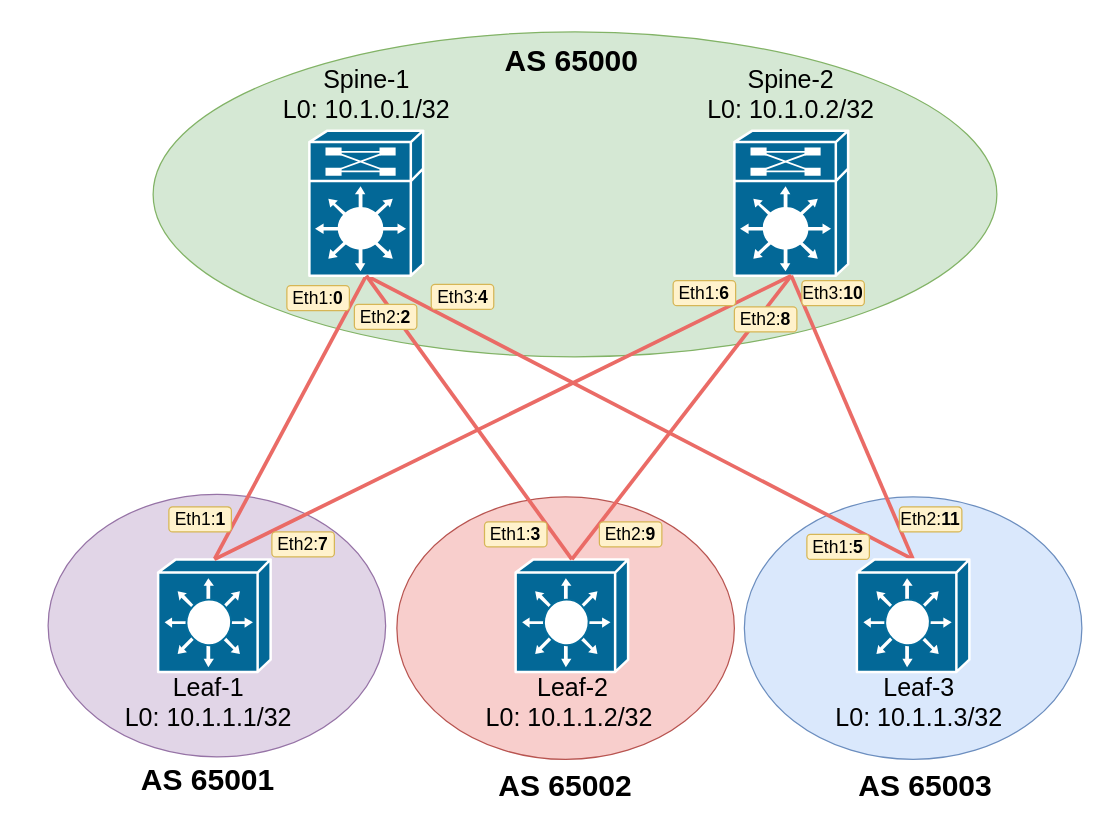
Earlier version of the draw.io diagram lab_04/dz-4_topo_ebgp_clos.drawio (Tema-sudo/OTUS_DC_network_design). Source tidied: cells renumbered, new cells numbered last; positions are measured from the earlier drawing's top-left corner, leaving out a move shared by most shapes. Both pictures are drawn from the tidied source at 125%, with x=0, y=0 at pixel (39, 31).
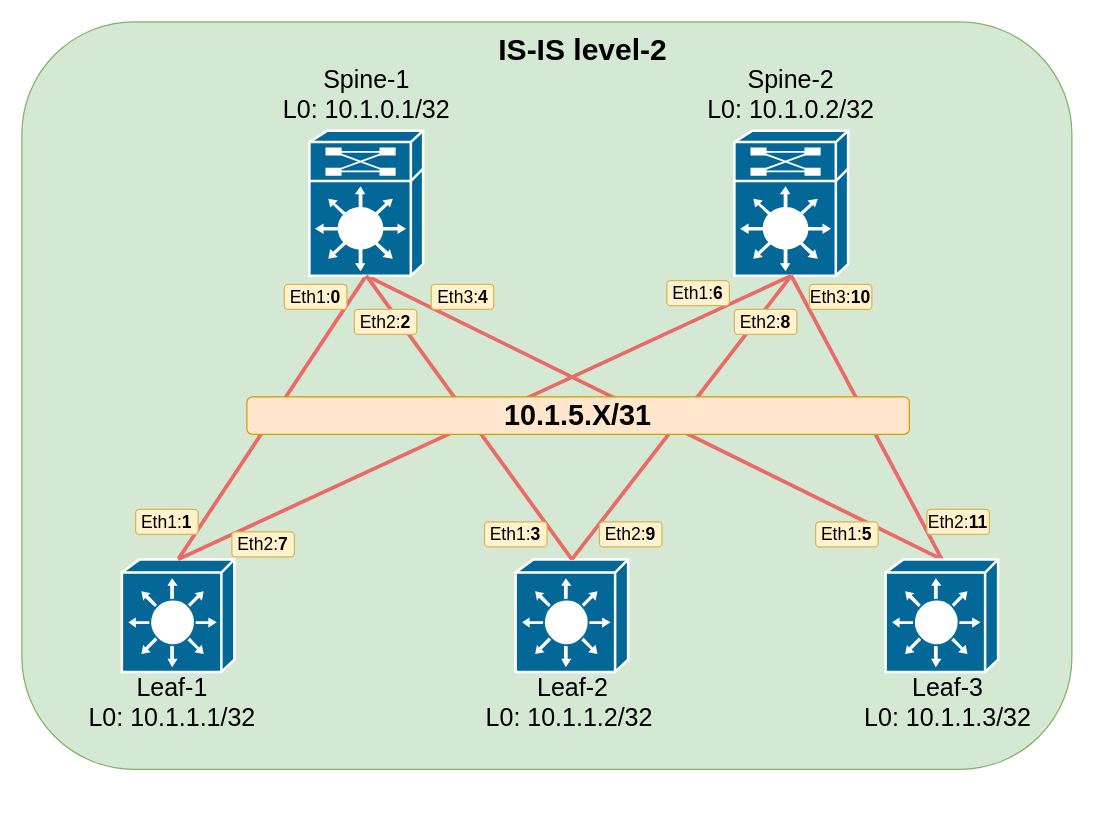
After the change.

What changed in the source:
```diff
@@
-    <mxCell id="2" style="ellipse;whiteSpace=wrap;html=1;fillColor=#dae8fc;strokeColor=#6c8ebf;" parent="1" vertex="1">
-      <mxGeometry x="564" y="372" width="270" height="210" as="geometry" />
-    </mxCell>
-    <mxCell id="3" style="ellipse;whiteSpace=wrap;html=1;fillColor=#f8cecc;strokeColor=#b85450;" parent="1" vertex="1">
-      <mxGeometry x="286" y="372" width="270" height="210" as="geometry" />
-    </mxCell>
-    <mxCell id="4" style="ellipse;whiteSpace=wrap;html=1;fillColor=#e1d5e7;strokeColor=#9673a6;" parent="1" vertex="1">
-      <mxGeometry x="7" y="370" width="270" height="210" as="geometry" />
-    </mxCell>
-    <mxCell id="5" style="ellipse;whiteSpace=wrap;html=1;fillColor=#d5e8d4;strokeColor=#82b366;" parent="1" vertex="1">
-      <mxGeometry x="91" width="675" height="260" as="geometry" />
-    </mxCell>
+    <mxCell id="38" style="rounded=1;whiteSpace=wrap;html=1;hachureGap=4;fontFamily=Architects Daughter;fontSize=20;strokeColor=#82b366;fillColor=#d5e8d4;" parent="1" vertex="1">
+      <mxGeometry x="-14" y="-8" width="840" height="598" as="geometry" />
+    </mxCell>
@@
     <mxCell id="11" style="shape=mxgraph.cisco.switches.layer_3_switch;sketch=0;html=1;dashed=0;fillColor=#036897;strokeColor=#ffffff;strokeWidth=2;verticalLabelPosition=bottom;verticalAlign=top;align=center;outlineConnect=0;hachureGap=4;jiggle=2;curveFitting=1;fontFamily=Architects Daughter;fontSize=20;" parent="1" vertex="1">
-      <mxGeometry x="95" y="422" width="90" height="90" as="geometry" />
+      <mxGeometry x="66" y="422" width="90" height="90" as="geometry" />
     </mxCell>
@@
     <mxCell id="14" value="Leaf-1&lt;br&gt;L0:&amp;nbsp;10.1.1.1/32" style="text;html=1;strokeColor=none;fillColor=none;align=center;verticalAlign=middle;whiteSpace=wrap;rounded=0;fontSize=20;fontFamily=Helvetica;horizontal=1;" parent="1" vertex="1">
-      <mxGeometry x="57.5" y="511" width="155" height="50" as="geometry" />
+      <mxGeometry x="28.5" y="511" width="155" height="50" as="geometry" />
     </mxCell>
@@
     <mxCell id="16" value="Leaf-3&lt;br&gt;L0:&amp;nbsp;10.1.1.3/32" style="text;html=1;strokeColor=none;fillColor=none;align=center;verticalAlign=middle;whiteSpace=wrap;rounded=0;fontSize=20;fontFamily=Helvetica;horizontal=1;" parent="1" vertex="1">
-      <mxGeometry x="626" y="516" width="156" height="40" as="geometry" />
+      <mxGeometry x="649" y="516" width="156" height="40" as="geometry" />
     </mxCell>
@@
     <mxCell id="21" value="Eth1:&lt;b&gt;1&lt;/b&gt;" style="text;html=1;strokeColor=#d6b656;fillColor=#fff2cc;align=center;verticalAlign=middle;whiteSpace=wrap;rounded=1;fontSize=14;fontFamily=Helvetica;horizontal=1;" parent="1" vertex="1">
-      <mxGeometry x="103.6" y="380" width="50" height="20" as="geometry" />
+      <mxGeometry x="77" y="382" width="50" height="20" as="geometry" />
     </mxCell>
-    <mxCell id="22" value="AS 65000" style="text;html=1;strokeColor=none;fillColor=none;align=center;verticalAlign=middle;whiteSpace=wrap;rounded=0;fontSize=24;fontFamily=Helvetica;horizontal=1;fontStyle=1;fontColor=#000000;" parent="1" vertex="1">
-      <mxGeometry x="291" y="10" width="270" height="28" as="geometry" />
+    <mxCell id="22" value="IS-IS level-2" style="text;html=1;strokeColor=none;fillColor=none;align=center;verticalAlign=middle;whiteSpace=wrap;rounded=0;fontSize=24;fontFamily=Helvetica;horizontal=1;fontStyle=1;fontColor=#000000;" parent="1" vertex="1">
+      <mxGeometry x="300" y="1" width="270" height="28" as="geometry" />
     </mxCell>
+    <mxCell id="39" value="10.1.5.X/31" style="text;html=1;strokeColor=#d79b00;fillColor=#ffe6cc;align=center;verticalAlign=middle;whiteSpace=wrap;rounded=1;fontSize=23;fontFamily=Helvetica;labelBackgroundColor=none;fontStyle=1;" parent="1" vertex="1">
+      <mxGeometry x="166" y="292" width="530" height="30" as="geometry" />
+    </mxCell>
     <mxCell id="23" value="Eth2:&lt;b&gt;7&lt;/b&gt;" style="text;html=1;strokeColor=#d6b656;fillColor=#fff2cc;align=center;verticalAlign=middle;whiteSpace=wrap;rounded=1;fontSize=14;fontFamily=Helvetica;horizontal=1;" parent="1" vertex="1">
-      <mxGeometry x="186" y="400" width="50" height="20" as="geometry" />
+      <mxGeometry x="154" y="400" width="50" height="20" as="geometry" />
     </mxCell>
     <mxCell id="24" value="Eth1:&lt;b&gt;0&lt;/b&gt;" style="text;html=1;strokeColor=#d6b656;fillColor=#fff2cc;align=center;verticalAlign=middle;whiteSpace=wrap;rounded=1;fontSize=14;fontFamily=Helvetica;horizontal=1;" parent="1" vertex="1">
-      <mxGeometry x="198" y="203" width="50" height="20" as="geometry" />
+      <mxGeometry x="196" y="202" width="50" height="20" as="geometry" />
     </mxCell>
     <mxCell id="25" value="Eth2:&lt;b&gt;2&lt;/b&gt;" style="text;html=1;strokeColor=#d6b656;fillColor=#fff2cc;align=center;verticalAlign=middle;whiteSpace=wrap;rounded=1;fontSize=14;fontFamily=Helvetica;horizontal=1;" parent="1" vertex="1">
-      <mxGeometry x="252" y="218" width="50" height="20" as="geometry" />
+      <mxGeometry x="252" y="222" width="50" height="20" as="geometry" />
     </mxCell>
@@
     <mxCell id="27" value="Eth1:&lt;b&gt;6&lt;/b&gt;" style="text;html=1;strokeColor=#d6b656;fillColor=#fff2cc;align=center;verticalAlign=middle;whiteSpace=wrap;rounded=1;fontSize=14;fontFamily=Helvetica;horizontal=1;" parent="1" vertex="1">
-      <mxGeometry x="507" y="199" width="50" height="20" as="geometry" />
+      <mxGeometry x="502" y="199" width="50" height="20" as="geometry" />
     </mxCell>
@@
     <mxCell id="29" value="Eth1:&lt;b&gt;5&lt;/b&gt;" style="text;html=1;strokeColor=#d6b656;fillColor=#fff2cc;align=center;verticalAlign=middle;whiteSpace=wrap;rounded=1;fontSize=14;fontFamily=Helvetica;horizontal=1;" parent="1" vertex="1">
-      <mxGeometry x="614" y="402" width="50" height="20" as="geometry" />
+      <mxGeometry x="621" y="392" width="50" height="20" as="geometry" />
     </mxCell>
@@
     <mxCell id="31" value="Eth2:&lt;b&gt;8&lt;/b&gt;" style="text;html=1;strokeColor=#d6b656;fillColor=#fff2cc;align=center;verticalAlign=middle;whiteSpace=wrap;rounded=1;fontSize=14;fontFamily=Helvetica;horizontal=1;" parent="1" vertex="1">
-      <mxGeometry x="556" y="220" width="50" height="20" as="geometry" />
+      <mxGeometry x="556" y="222" width="50" height="20" as="geometry" />
     </mxCell>
     <mxCell id="32" value="Eth3:&lt;b&gt;10&lt;/b&gt;" style="text;html=1;strokeColor=#d6b656;fillColor=#fff2cc;align=center;verticalAlign=middle;whiteSpace=wrap;rounded=1;fontSize=14;fontFamily=Helvetica;horizontal=1;" parent="1" vertex="1">
-      <mxGeometry x="610" y="199" width="50" height="20" as="geometry" />
+      <mxGeometry x="616" y="202" width="50" height="20" as="geometry" />
     </mxCell>
     <mxCell id="33" value="Eth2:&lt;b&gt;11&lt;/b&gt;" style="text;html=1;strokeColor=#d6b656;fillColor=#fff2cc;align=center;verticalAlign=middle;whiteSpace=wrap;rounded=1;fontSize=14;fontFamily=Helvetica;horizontal=1;" parent="1" vertex="1">
-      <mxGeometry x="688" y="380" width="50" height="20" as="geometry" />
+      <mxGeometry x="710" y="382" width="50" height="20" as="geometry" />
     </mxCell>
     <mxCell id="34" style="shape=mxgraph.cisco.switches.layer_3_switch;sketch=0;html=1;dashed=0;fillColor=#036897;strokeColor=#ffffff;strokeWidth=2;verticalLabelPosition=bottom;verticalAlign=top;align=center;outlineConnect=0;hachureGap=4;jiggle=2;curveFitting=1;fontFamily=Architects Daughter;fontSize=20;" parent="1" vertex="1">
-      <mxGeometry x="654" y="422" width="90" height="90" as="geometry" />
+      <mxGeometry x="677" y="422" width="90" height="90" as="geometry" />
     </mxCell>
-    <mxCell id="35" value="AS 65001" style="text;html=1;strokeColor=none;fillColor=none;align=center;verticalAlign=middle;whiteSpace=wrap;rounded=0;fontSize=24;fontFamily=Helvetica;horizontal=1;fontStyle=1;fontColor=#000000;" parent="1" vertex="1">
-      <mxGeometry x="-0.4" y="585" width="270" height="28" as="geometry" />
-    </mxCell>
-    <mxCell id="36" value="AS 65002" style="text;html=1;strokeColor=none;fillColor=none;align=center;verticalAlign=middle;whiteSpace=wrap;rounded=0;fontSize=24;fontFamily=Helvetica;horizontal=1;fontStyle=1;fontColor=#000000;" parent="1" vertex="1">
-      <mxGeometry x="286" y="590" width="270" height="28" as="geometry" />
-    </mxCell>
-    <mxCell id="37" value="AS 65003" style="text;html=1;strokeColor=none;fillColor=none;align=center;verticalAlign=middle;whiteSpace=wrap;rounded=0;fontSize=24;fontFamily=Helvetica;horizontal=1;fontStyle=1;fontColor=#000000;" parent="1" vertex="1">
-      <mxGeometry x="574" y="590" width="270" height="28" as="geometry" />
-    </mxCell>
```
